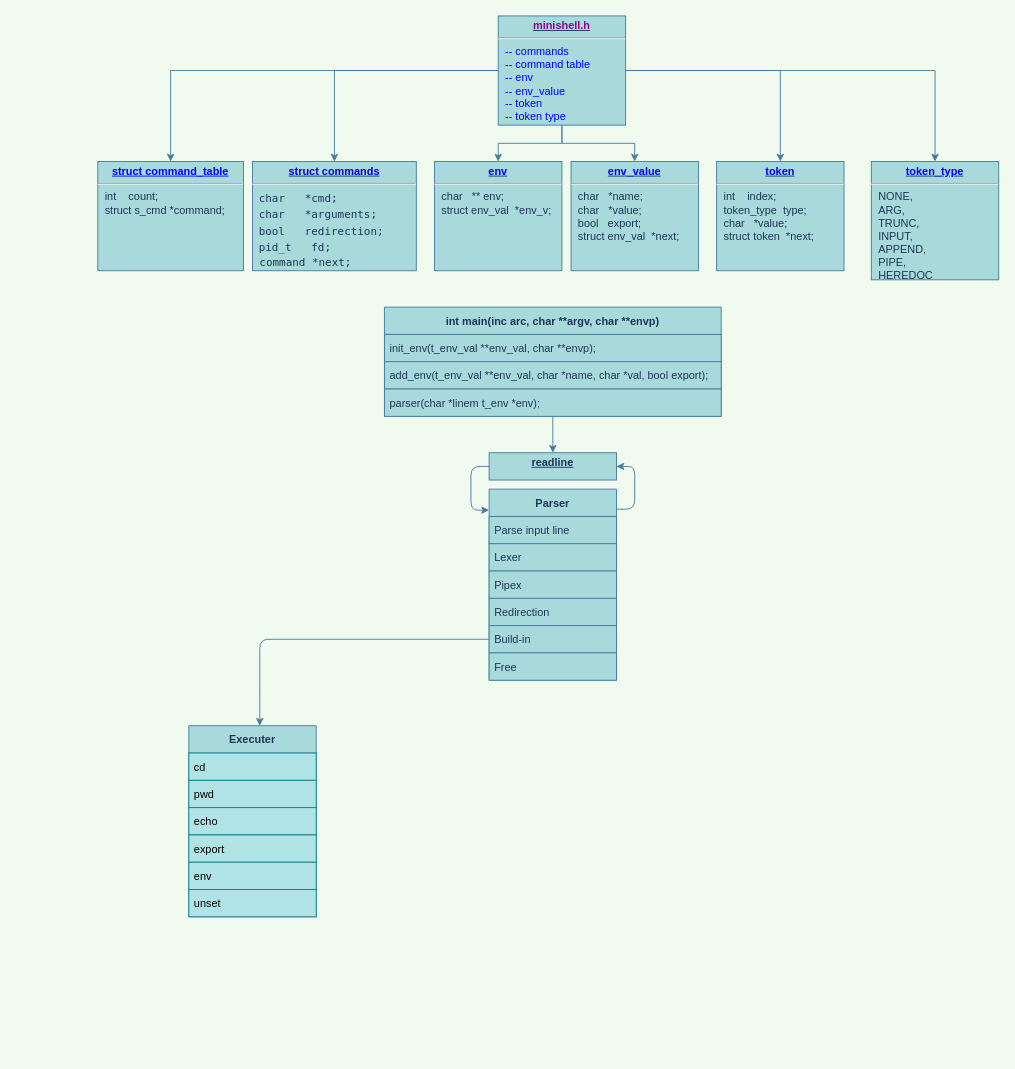
Above: Untitled Diagram.drawio in Bytebale/42-Piscine_C (draw.io), before the change. Source tidied: cells renumbered, new cells numbered last; positions are measured from the earlier drawing's top-left corner, leaving out a move shared by most shapes. Both pictures are drawn from the tidied source at 91%, with x=0, y=0 at pixel (97, 15).
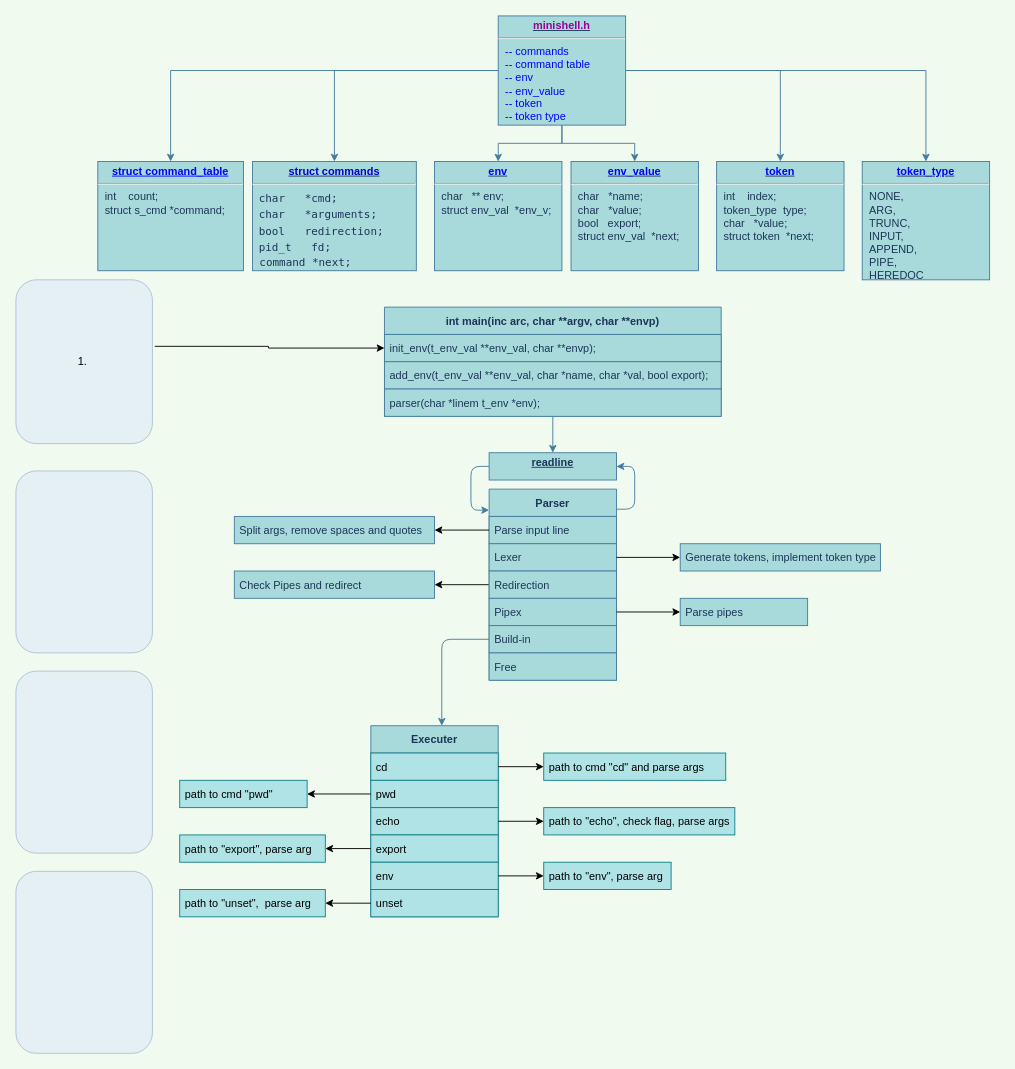
Above is the later version.

Unchanged cells that the change refers to:
```xml
<mxCell id="20" value="init_env(t_env_val **env_val, char **envp);" style="text;align=left;verticalAlign=middle;spacingLeft=4;spacingRight=4;overflow=hidden;points=[[0,0.5],[1,0.5]];portConstraint=eastwest;fillColor=#A8DADC;fontColor=#1D3557;strokeColor=#457B9D;rounded=0;" parent="19" vertex="1">
  <mxGeometry y="30" width="370" height="30" as="geometry" />
</mxCell>
<mxCell id="24" value="Parser" style="swimlane;fontStyle=1;horizontal=1;startSize=30;fillColor=#A8DADC;fontColor=#1D3557;strokeColor=#457B9D;rounded=0;" parent="1" vertex="1">
  <mxGeometry x="430" y="520" width="140" height="210" as="geometry" />
</mxCell>
<mxCell id="26" value="Lexer" style="text;strokeColor=#457B9D;fillColor=#A8DADC;align=left;verticalAlign=middle;spacingLeft=4;spacingRight=4;overflow=hidden;points=[[0,0.5],[1,0.5]];portConstraint=eastwest;fontColor=#1D3557;rounded=0;" parent="24" vertex="1">
  <mxGeometry y="60" width="140" height="30" as="geometry" />
</mxCell>
<mxCell id="33" value="cd" style="text;strokeColor=#0e8088;fillColor=#b0e3e6;align=left;verticalAlign=middle;spacingLeft=4;spacingRight=4;overflow=hidden;points=[[0,0.5],[1,0.5]];portConstraint=eastwest;rounded=0;sketch=0;" parent="32" vertex="1">
  <mxGeometry y="30" width="140" height="30" as="geometry" />
</mxCell>
<mxCell id="35" value="echo" style="text;strokeColor=#0e8088;fillColor=#b0e3e6;align=left;verticalAlign=middle;spacingLeft=4;spacingRight=4;overflow=hidden;points=[[0,0.5],[1,0.5]];portConstraint=eastwest;rounded=0;sketch=0;" parent="32" vertex="1">
  <mxGeometry y="90" width="140" height="30" as="geometry" />
</mxCell>
<mxCell id="37" value="env" style="text;strokeColor=#0e8088;fillColor=#b0e3e6;align=left;verticalAlign=middle;spacingLeft=4;spacingRight=4;overflow=hidden;points=[[0,0.5],[1,0.5]];portConstraint=eastwest;rounded=0;sketch=0;" parent="32" vertex="1">
  <mxGeometry y="150" width="140" height="30" as="geometry" />
</mxCell>
<mxCell id="38" value="unset" style="text;strokeColor=#0e8088;fillColor=#b0e3e6;align=left;verticalAlign=middle;spacingLeft=4;spacingRight=4;overflow=hidden;points=[[0,0.5],[1,0.5]];portConstraint=eastwest;rounded=0;sketch=0;" parent="32" vertex="1">
  <mxGeometry y="180" width="140" height="30" as="geometry" />
</mxCell>
```

Diff of the diagram source:
```diff
@@
     <mxCell id="14" value="&lt;p style=&quot;margin: 0px ; margin-top: 4px ; text-align: center ; text-decoration: underline&quot;&gt;&lt;b&gt;&lt;font color=&quot;#0000ff&quot;&gt;token_type&lt;/font&gt;&lt;/b&gt;&lt;/p&gt;&lt;hr&gt;&lt;p style=&quot;margin: 0px ; margin-left: 8px&quot;&gt;NONE,&lt;/p&gt;&lt;p style=&quot;margin: 0px ; margin-left: 8px&quot;&gt;ARG,&lt;/p&gt;&lt;p style=&quot;margin: 0px ; margin-left: 8px&quot;&gt;TRUNC,&lt;/p&gt;&lt;p style=&quot;margin: 0px ; margin-left: 8px&quot;&gt;INPUT,&lt;/p&gt;&lt;p style=&quot;margin: 0px ; margin-left: 8px&quot;&gt;APPEND,&lt;/p&gt;&lt;p style=&quot;margin: 0px ; margin-left: 8px&quot;&gt;PIPE,&lt;/p&gt;&lt;p style=&quot;margin: 0px ; margin-left: 8px&quot;&gt;HEREDOC&lt;/p&gt;&lt;p style=&quot;margin: 0px ; margin-left: 8px&quot;&gt;&lt;br&gt;&lt;/p&gt;" style="verticalAlign=top;align=left;overflow=fill;fontSize=12;fontFamily=Helvetica;html=1;rounded=0;shadow=0;comic=0;labelBackgroundColor=none;strokeWidth=1;fillColor=#A8DADC;strokeColor=#457B9D;fontColor=#1D3557;" parent="1" vertex="1">
-      <mxGeometry x="850" y="160" width="140" height="130" as="geometry" />
+      <mxGeometry x="840" y="160" width="140" height="130" as="geometry" />
     </mxCell>
@@
+    <mxCell id="39" style="edgeStyle=orthogonalEdgeStyle;rounded=0;jettySize=auto;html=1;exitX=0;exitY=0.5;exitDx=0;exitDy=0;entryX=1;entryY=0.5;entryDx=0;entryDy=0;" parent="1" edge="1" source="24" target="28">
+      <mxGeometry relative="1" as="geometry" />
+    </mxCell>
@@
-    <mxCell id="25" value="Parse input line" style="text;strokeColor=#457B9D;fillColor=#A8DADC;align=left;verticalAlign=middle;spacingLeft=4;spacingRight=4;overflow=hidden;points=[[0,0.5],[1,0.5]];portConstraint=eastwest;fontColor=#1D3557;rounded=0;" parent="24" vertex="1">
-      <mxGeometry y="30" width="140" height="30" as="geometry" />
-    </mxCell>
+    <mxCell id="40" value="Parse input line" style="text;strokeColor=#457B9D;fillColor=#A8DADC;align=left;verticalAlign=middle;spacingLeft=4;spacingRight=4;overflow=hidden;points=[[0,0.5],[1,0.5]];portConstraint=eastwest;fontColor=#1D3557;rounded=0;" parent="24" vertex="1">
+      <mxGeometry y="30" width="140" height="30" as="geometry" />
+    </mxCell>
@@
+    <mxCell id="41" value="Redirection" style="text;strokeColor=#457B9D;fillColor=#A8DADC;align=left;verticalAlign=middle;spacingLeft=4;spacingRight=4;overflow=hidden;fontColor=#1D3557;rounded=0;" parent="24" vertex="1">
+      <mxGeometry y="90" width="140" height="30" as="geometry" />
+    </mxCell>
     <mxCell id="27" value="Pipex" style="text;strokeColor=#457B9D;fillColor=#A8DADC;align=left;verticalAlign=middle;spacingLeft=4;spacingRight=4;overflow=hidden;points=[[0,0.5],[1,0.5]];portConstraint=eastwest;fontColor=#1D3557;rounded=0;" parent="24" vertex="1">
-      <mxGeometry y="90" width="140" height="30" as="geometry" />
+      <mxGeometry y="120" width="140" height="30" as="geometry" />
     </mxCell>
-    <mxCell id="28" value="Redirection" style="text;strokeColor=#457B9D;fillColor=#A8DADC;align=left;verticalAlign=middle;spacingLeft=4;spacingRight=4;overflow=hidden;points=[[0,0.5],[1,0.5]];portConstraint=eastwest;fontColor=#1D3557;rounded=0;" parent="24" vertex="1">
-      <mxGeometry y="120" width="140" height="30" as="geometry" />
-    </mxCell>
@@
     <mxCell id="32" value="Executer" style="swimlane;fontStyle=1;horizontal=1;startSize=30;rounded=0;sketch=0;fontColor=#1D3557;strokeColor=#457B9D;fillColor=#A8DADC;" parent="1" vertex="1">
-      <mxGeometry x="100" y="780" width="140" height="210" as="geometry" />
+      <mxGeometry x="300" y="780" width="140" height="210" as="geometry" />
     </mxCell>
@@
-    <mxCell id="34" value="pwd" style="text;strokeColor=#0e8088;fillColor=#b0e3e6;align=left;verticalAlign=middle;spacingLeft=4;spacingRight=4;overflow=hidden;points=[[0,0.5],[1,0.5]];portConstraint=eastwest;rounded=0;sketch=0;" parent="32" vertex="1">
-      <mxGeometry y="60" width="140" height="30" as="geometry" />
-    </mxCell>
+    <mxCell id="42" value="pwd" style="text;strokeColor=#0e8088;fillColor=#b0e3e6;align=left;verticalAlign=middle;spacingLeft=4;spacingRight=4;overflow=hidden;points=[[0,0.5],[1,0.5]];portConstraint=eastwest;rounded=0;sketch=0;" parent="32" vertex="1">
+      <mxGeometry y="60" width="140" height="30" as="geometry" />
+    </mxCell>
@@
-    <mxCell id="36" value="export" style="text;strokeColor=#0e8088;fillColor=#b0e3e6;align=left;verticalAlign=middle;spacingLeft=4;spacingRight=4;overflow=hidden;points=[[0,0.5],[1,0.5]];portConstraint=eastwest;rounded=0;sketch=0;" parent="32" vertex="1">
-      <mxGeometry y="120" width="140" height="30" as="geometry" />
-    </mxCell>
+    <mxCell id="43" value="export" style="text;strokeColor=#0e8088;fillColor=#b0e3e6;align=left;verticalAlign=middle;spacingLeft=4;spacingRight=4;overflow=hidden;points=[[0,0.5],[1,0.5]];portConstraint=eastwest;rounded=0;sketch=0;" parent="32" vertex="1">
+      <mxGeometry y="120" width="140" height="30" as="geometry" />
+    </mxCell>
@@
+    <mxCell id="44" value="Generate tokens, implement token type" style="text;strokeColor=#457B9D;fillColor=#A8DADC;align=left;verticalAlign=middle;spacingLeft=4;spacingRight=4;overflow=hidden;points=[[0,0.5],[1,0.5]];portConstraint=eastwest;fontColor=#1D3557;rounded=0;" parent="1" vertex="1">
+      <mxGeometry x="640" y="580" width="220" height="30" as="geometry" />
+    </mxCell>
+    <mxCell id="45" style="edgeStyle=orthogonalEdgeStyle;rounded=0;jettySize=auto;html=1;exitX=1;exitY=0.5;exitDx=0;exitDy=0;entryX=0;entryY=0.5;entryDx=0;entryDy=0;" parent="1" edge="1" source="26" target="44">
+      <mxGeometry relative="1" as="geometry" />
+    </mxCell>
+    <mxCell id="28" value="Check Pipes and redirect" style="text;strokeColor=#457B9D;fillColor=#A8DADC;align=left;verticalAlign=middle;spacingLeft=4;spacingRight=4;overflow=hidden;points=[[0,0.5],[1,0.5]];portConstraint=eastwest;fontColor=#1D3557;rounded=0;" parent="1" vertex="1">
+      <mxGeometry x="150" y="610" width="220" height="30" as="geometry" />
+    </mxCell>
+    <mxCell id="46" value="Parse pipes" style="text;strokeColor=#457B9D;fillColor=#A8DADC;align=left;verticalAlign=middle;spacingLeft=4;spacingRight=4;overflow=hidden;points=[[0,0.5],[1,0.5]];portConstraint=eastwest;fontColor=#1D3557;rounded=0;" parent="1" vertex="1">
+      <mxGeometry x="640" y="640" width="140" height="30" as="geometry" />
+    </mxCell>
+    <mxCell id="47" style="edgeStyle=orthogonalEdgeStyle;rounded=0;jettySize=auto;html=1;exitX=1;exitY=0.5;exitDx=0;exitDy=0;" parent="1" edge="1" source="27" target="46">
+      <mxGeometry relative="1" as="geometry" />
+    </mxCell>
+    <mxCell id="25" value="Split args, remove spaces and quotes" style="text;strokeColor=#457B9D;fillColor=#A8DADC;align=left;verticalAlign=middle;spacingLeft=4;spacingRight=4;overflow=hidden;points=[[0,0.5],[1,0.5]];portConstraint=eastwest;fontColor=#1D3557;rounded=0;" parent="1" vertex="1">
+      <mxGeometry x="150" y="550" width="220" height="30" as="geometry" />
+    </mxCell>
+    <mxCell id="48" style="edgeStyle=orthogonalEdgeStyle;rounded=0;jettySize=auto;html=1;exitX=0;exitY=0.5;exitDx=0;exitDy=0;" parent="1" edge="1" source="40" target="25">
+      <mxGeometry relative="1" as="geometry" />
+    </mxCell>
+    <mxCell id="49" value="path to cmd &quot;cd&quot; and parse args" style="text;strokeColor=#0e8088;fillColor=#b0e3e6;align=left;verticalAlign=middle;spacingLeft=4;spacingRight=4;overflow=hidden;points=[[0,0.5],[1,0.5]];portConstraint=eastwest;rounded=0;sketch=0;" parent="1" vertex="1">
+      <mxGeometry x="490" y="810" width="200" height="30" as="geometry" />
+    </mxCell>
+    <mxCell id="50" style="edgeStyle=orthogonalEdgeStyle;rounded=0;jettySize=auto;html=1;exitX=1;exitY=0.5;exitDx=0;exitDy=0;" parent="1" edge="1" source="33" target="49">
+      <mxGeometry relative="1" as="geometry" />
+    </mxCell>
+    <mxCell id="34" value="path to cmd &quot;pwd&quot;" style="text;strokeColor=#0e8088;fillColor=#b0e3e6;align=left;verticalAlign=middle;spacingLeft=4;spacingRight=4;overflow=hidden;points=[[0,0.5],[1,0.5]];portConstraint=eastwest;rounded=0;sketch=0;" parent="1" vertex="1">
+      <mxGeometry x="90" y="840" width="140" height="30" as="geometry" />
+    </mxCell>
+    <mxCell id="51" style="edgeStyle=orthogonalEdgeStyle;rounded=0;jettySize=auto;html=1;exitX=0;exitY=0.5;exitDx=0;exitDy=0;entryX=1;entryY=0.5;entryDx=0;entryDy=0;" parent="1" edge="1" source="42" target="34">
+      <mxGeometry relative="1" as="geometry" />
+    </mxCell>
+    <mxCell id="52" value="path to &quot;echo&quot;, check flag, parse args" style="text;strokeColor=#0e8088;fillColor=#b0e3e6;align=left;verticalAlign=middle;spacingLeft=4;spacingRight=4;overflow=hidden;points=[[0,0.5],[1,0.5]];portConstraint=eastwest;rounded=0;sketch=0;" parent="1" vertex="1">
+      <mxGeometry x="490" y="870" width="210" height="30" as="geometry" />
+    </mxCell>
+    <mxCell id="53" style="edgeStyle=orthogonalEdgeStyle;rounded=0;jettySize=auto;html=1;exitX=1;exitY=0.5;exitDx=0;exitDy=0;entryX=0;entryY=0.5;entryDx=0;entryDy=0;" parent="1" edge="1" source="35" target="52">
+      <mxGeometry relative="1" as="geometry" />
+    </mxCell>
+    <mxCell id="36" value="path to &quot;export&quot;, parse arg" style="text;strokeColor=#0e8088;fillColor=#b0e3e6;align=left;verticalAlign=middle;spacingLeft=4;spacingRight=4;overflow=hidden;points=[[0,0.5],[1,0.5]];portConstraint=eastwest;rounded=0;sketch=0;" parent="1" vertex="1">
+      <mxGeometry x="90" y="900" width="160" height="30" as="geometry" />
+    </mxCell>
+    <mxCell id="54" style="edgeStyle=orthogonalEdgeStyle;rounded=0;jettySize=auto;html=1;exitX=0;exitY=0.5;exitDx=0;exitDy=0;entryX=1;entryY=0.5;entryDx=0;entryDy=0;" parent="1" edge="1" source="43" target="36">
+      <mxGeometry relative="1" as="geometry" />
+    </mxCell>
+    <mxCell id="55" value="path to &quot;unset&quot;,  parse arg" style="text;strokeColor=#0e8088;fillColor=#b0e3e6;align=left;verticalAlign=middle;spacingLeft=4;spacingRight=4;overflow=hidden;points=[[0,0.5],[1,0.5]];portConstraint=eastwest;rounded=0;sketch=0;" parent="1" vertex="1">
+      <mxGeometry x="90" y="960" width="160" height="30" as="geometry" />
+    </mxCell>
+    <mxCell id="56" value="path to &quot;env&quot;, parse arg" style="text;strokeColor=#0e8088;fillColor=#b0e3e6;align=left;verticalAlign=middle;spacingLeft=4;spacingRight=4;overflow=hidden;points=[[0,0.5],[1,0.5]];portConstraint=eastwest;rounded=0;sketch=0;" parent="1" vertex="1">
+      <mxGeometry x="490" y="930" width="140" height="30" as="geometry" />
+    </mxCell>
+    <mxCell id="57" style="edgeStyle=orthogonalEdgeStyle;rounded=0;jettySize=auto;html=1;exitX=1;exitY=0.5;exitDx=0;exitDy=0;entryX=0;entryY=0.5;entryDx=0;entryDy=0;" parent="1" edge="1" source="37" target="56">
+      <mxGeometry relative="1" as="geometry" />
+    </mxCell>
+    <mxCell id="58" style="edgeStyle=orthogonalEdgeStyle;rounded=0;jettySize=auto;html=1;exitX=0;exitY=0.5;exitDx=0;exitDy=0;entryX=1;entryY=0.5;entryDx=0;entryDy=0;" parent="1" edge="1" source="38" target="55">
+      <mxGeometry relative="1" as="geometry" />
+    </mxCell>
+    <mxCell id="59" style="edgeStyle=orthogonalEdgeStyle;rounded=0;jettySize=auto;html=1;exitX=1.017;exitY=0.406;exitDx=0;exitDy=0;entryX=0;entryY=0.5;entryDx=0;entryDy=0;exitPerimeter=0;" parent="1" edge="1" source="60" target="20">
+      <mxGeometry relative="1" as="geometry" />
+    </mxCell>
+    <mxCell id="60" value="1.&amp;nbsp;" style="rounded=1;whiteSpace=wrap;html=1;fillColor=#dae8fc;glass=0;opacity=50;strokeColor=#6c8ebf;" parent="1" vertex="1">
+      <mxGeometry x="-90" y="290" width="150" height="180" as="geometry" />
+    </mxCell>
+    <mxCell id="61" style="rounded=1;whiteSpace=wrap;html=1;glass=0;fillColor=#dae8fc;opacity=50;strokeColor=#6c8ebf;" parent="1" vertex="1">
+      <mxGeometry x="-90" y="500" width="150" height="200" as="geometry" />
+    </mxCell>
+    <mxCell id="62" style="rounded=1;whiteSpace=wrap;html=1;glass=0;fillColor=#dae8fc;opacity=50;strokeColor=#6c8ebf;" parent="1" vertex="1">
+      <mxGeometry x="-90" y="720" width="150" height="200" as="geometry" />
+    </mxCell>
+    <mxCell id="63" style="rounded=1;whiteSpace=wrap;html=1;glass=0;fillColor=#dae8fc;opacity=50;strokeColor=#6c8ebf;" parent="1" vertex="1">
+      <mxGeometry x="-90" y="940" width="150" height="200" as="geometry" />
+    </mxCell>
```
